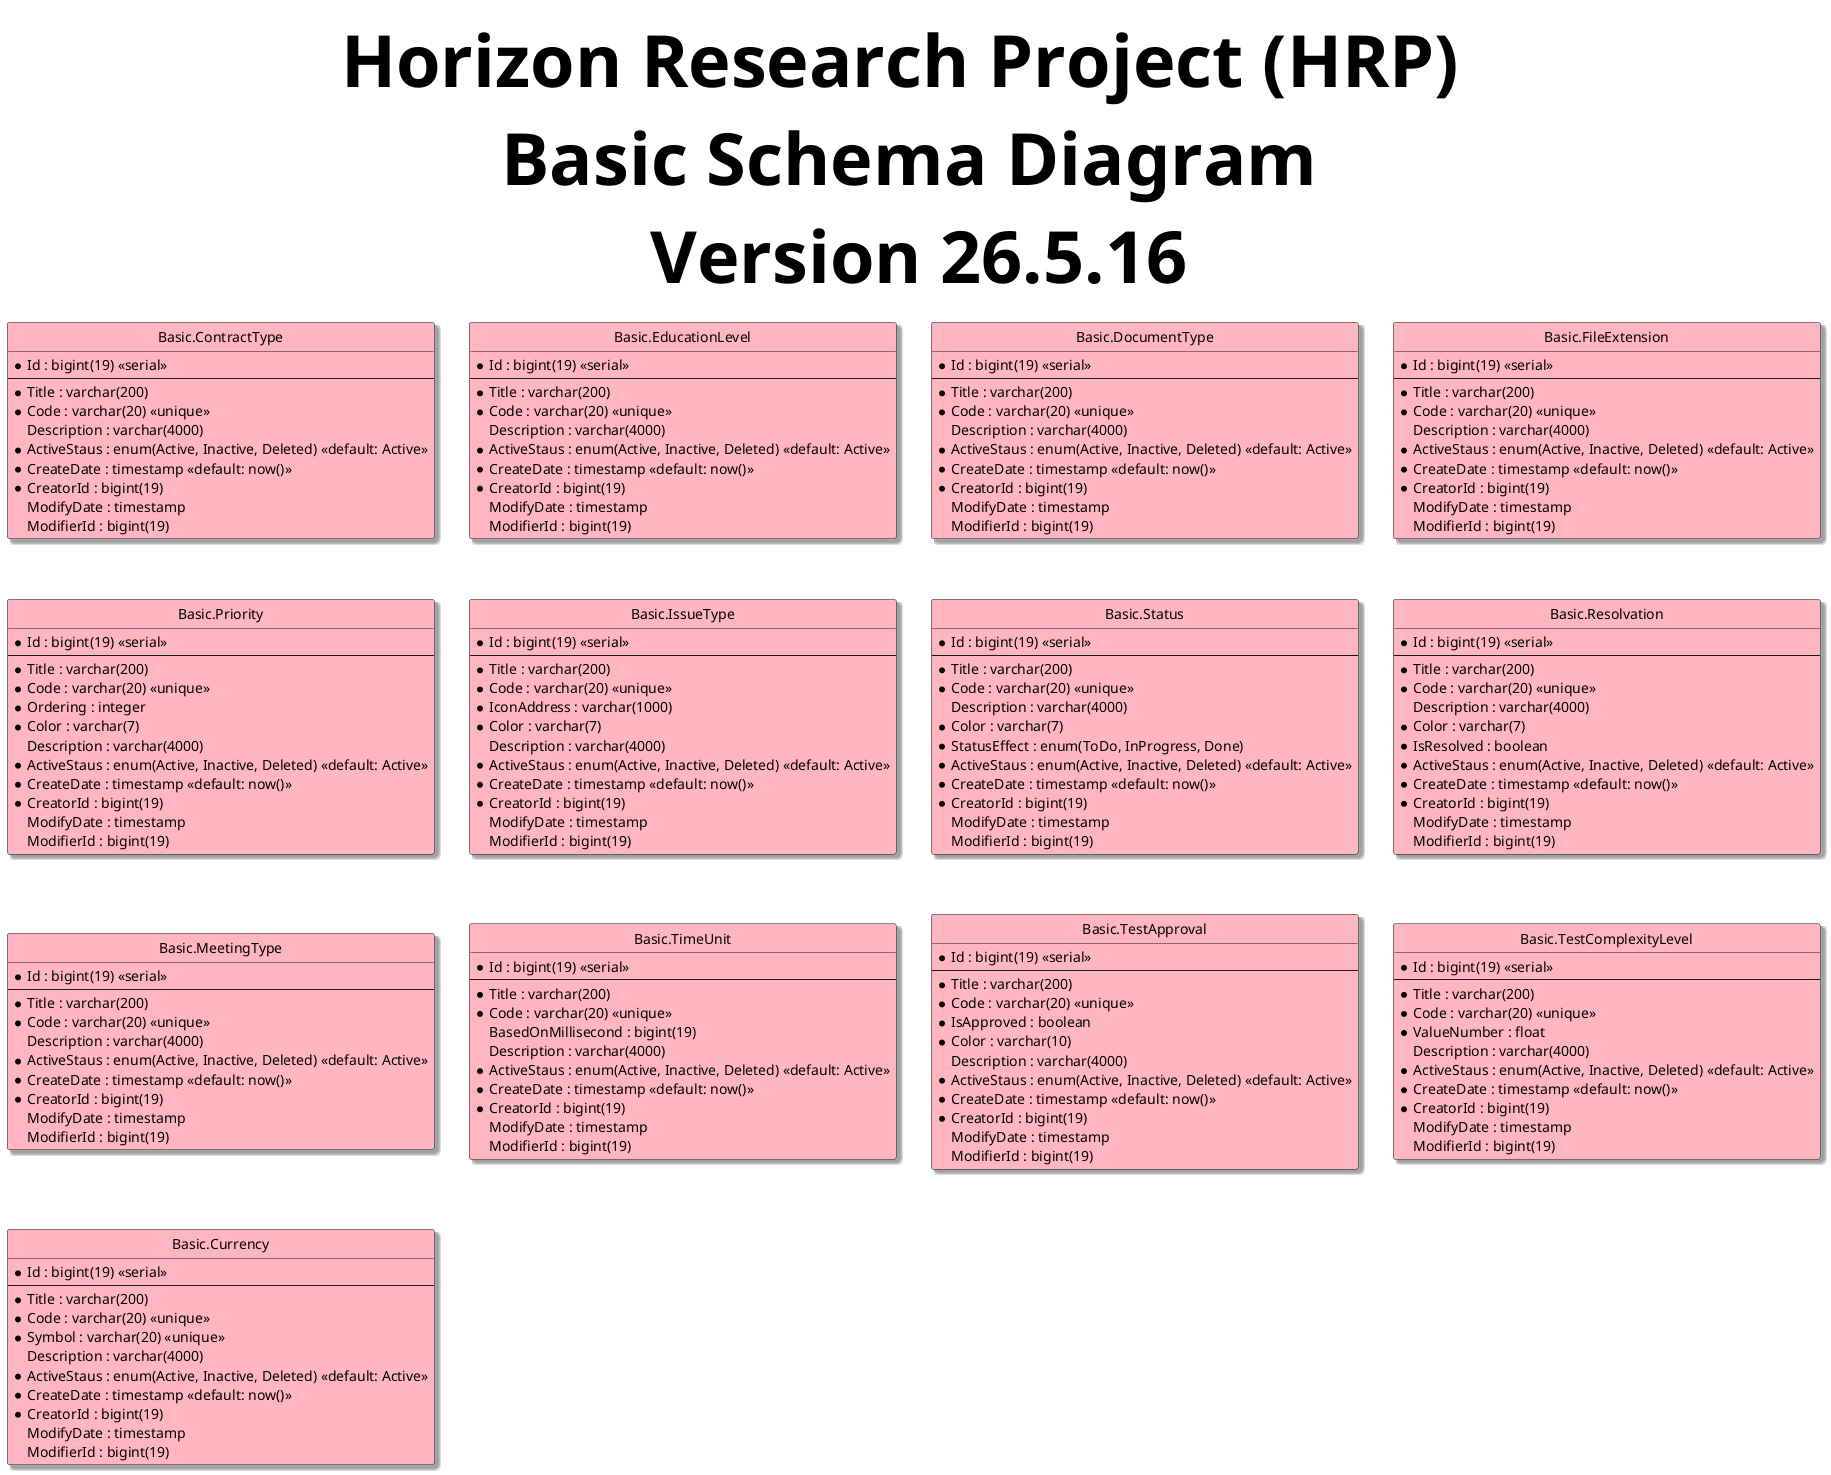
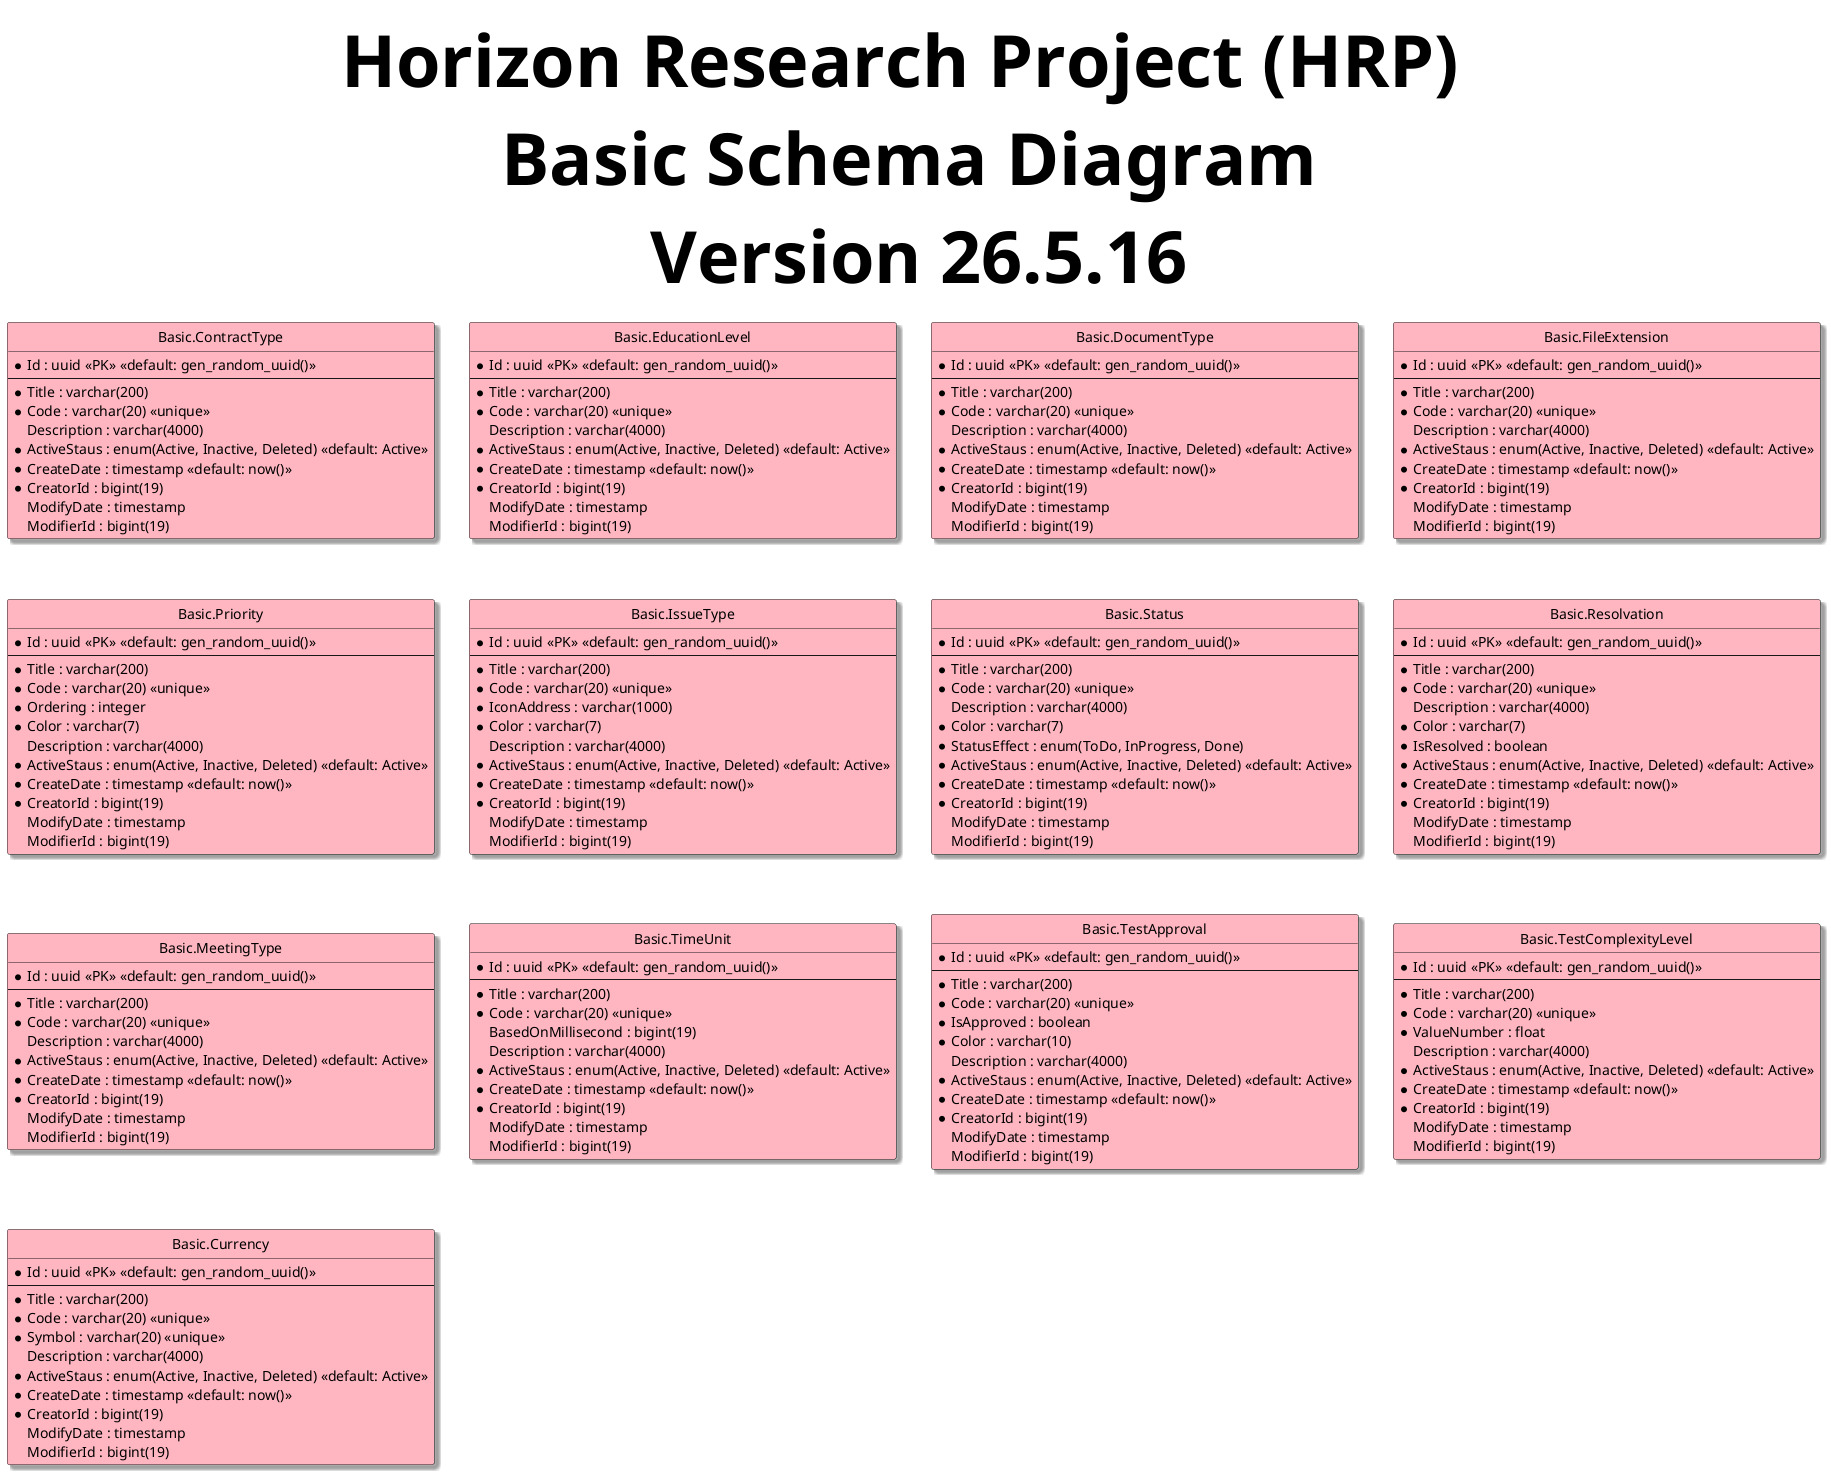
@startuml
hide circle
skinparam classBackgroundColor #Business
skinparam linetype ortho
skinparam Shadowing True
skinparam TitleFontSize 72pt

title Horizon Research Project (HRP) \n Basic Schema Diagram \n Version 26.5.16

entity "Basic.ContractType" as contractType #LightPink{
-   *Id : bigint(19) <<serial>>
+   *Id : uuid <<PK>> <<default: gen_random_uuid()>>
  --
  *Title : varchar(200)
  *Code : varchar(20) <<unique>>
  Description : varchar(4000)
  *ActiveStaus : enum(Active, Inactive, Deleted) <<default: Active>>
  *CreateDate : timestamp <<default: now()>>
  *CreatorId : bigint(19)
  ModifyDate : timestamp
  ModifierId : bigint(19)
}

entity "Basic.EducationLevel" as educationLevel #LightPink{
-   *Id : bigint(19) <<serial>>
+   *Id : uuid <<PK>> <<default: gen_random_uuid()>>
  --
  *Title : varchar(200)
  *Code : varchar(20) <<unique>>
  Description : varchar(4000)
  *ActiveStaus : enum(Active, Inactive, Deleted) <<default: Active>>
  *CreateDate : timestamp <<default: now()>>
  *CreatorId : bigint(19)
  ModifyDate : timestamp
  ModifierId : bigint(19)
}

entity "Basic.DocumentType" as documentType #LightPink{
-   *Id : bigint(19) <<serial>>
+   *Id : uuid <<PK>> <<default: gen_random_uuid()>>
  --
  *Title : varchar(200)
  *Code : varchar(20) <<unique>>
  Description : varchar(4000)
  *ActiveStaus : enum(Active, Inactive, Deleted) <<default: Active>>
  *CreateDate : timestamp <<default: now()>>
  *CreatorId : bigint(19)
  ModifyDate : timestamp
  ModifierId : bigint(19)
}

entity "Basic.FileExtension" as fileExtension #LightPink{
-   *Id : bigint(19) <<serial>>
+   *Id : uuid <<PK>> <<default: gen_random_uuid()>>
  --
  *Title : varchar(200)
  *Code : varchar(20) <<unique>>
  Description : varchar(4000)
  *ActiveStaus : enum(Active, Inactive, Deleted) <<default: Active>>
  *CreateDate : timestamp <<default: now()>>
  *CreatorId : bigint(19)
  ModifyDate : timestamp
  ModifierId : bigint(19)
}

entity "Basic.Priority" as priority #LightPink{
-   *Id : bigint(19) <<serial>>
+   *Id : uuid <<PK>> <<default: gen_random_uuid()>>
  --
  *Title : varchar(200)
  *Code : varchar(20) <<unique>>
  *Ordering : integer
  *Color : varchar(7)
  Description : varchar(4000)
  *ActiveStaus : enum(Active, Inactive, Deleted) <<default: Active>>
  *CreateDate : timestamp <<default: now()>>
  *CreatorId : bigint(19)
  ModifyDate : timestamp
  ModifierId : bigint(19)
}

entity "Basic.IssueType" as issueType #LightPink{
-   *Id : bigint(19) <<serial>>
+   *Id : uuid <<PK>> <<default: gen_random_uuid()>>
  --
  *Title : varchar(200)
  *Code : varchar(20) <<unique>>
  *IconAddress : varchar(1000)
  *Color : varchar(7)
  Description : varchar(4000)
  *ActiveStaus : enum(Active, Inactive, Deleted) <<default: Active>>
  *CreateDate : timestamp <<default: now()>>
  *CreatorId : bigint(19)
  ModifyDate : timestamp
  ModifierId : bigint(19)
}

entity "Basic.Status" as status #LightPink{
-   *Id : bigint(19) <<serial>>
+   *Id : uuid <<PK>> <<default: gen_random_uuid()>>
  --
  *Title : varchar(200)
  *Code : varchar(20) <<unique>>
  Description : varchar(4000)
  *Color : varchar(7)
  *StatusEffect : enum(ToDo, InProgress, Done)
  *ActiveStaus : enum(Active, Inactive, Deleted) <<default: Active>>
  *CreateDate : timestamp <<default: now()>>
  *CreatorId : bigint(19)
  ModifyDate : timestamp
  ModifierId : bigint(19)
}

entity "Basic.Resolvation" as resolvation #LightPink{
-   *Id : bigint(19) <<serial>>
+   *Id : uuid <<PK>> <<default: gen_random_uuid()>>
  --
  *Title : varchar(200)
  *Code : varchar(20) <<unique>>
  Description : varchar(4000)
  *Color : varchar(7)
  *IsResolved : boolean
  *ActiveStaus : enum(Active, Inactive, Deleted) <<default: Active>>
  *CreateDate : timestamp <<default: now()>>
  *CreatorId : bigint(19)
  ModifyDate : timestamp
  ModifierId : bigint(19)
}

entity "Basic.MeetingType" as meetingType #LightPink{
-   *Id : bigint(19) <<serial>>
+   *Id : uuid <<PK>> <<default: gen_random_uuid()>>
  --
  *Title : varchar(200)
  *Code : varchar(20) <<unique>>
  Description : varchar(4000)
  *ActiveStaus : enum(Active, Inactive, Deleted) <<default: Active>>
  *CreateDate : timestamp <<default: now()>>
  *CreatorId : bigint(19)
  ModifyDate : timestamp
  ModifierId : bigint(19)
}

entity "Basic.TimeUnit" as timeUnit #LightPink{
-   *Id : bigint(19) <<serial>>
+   *Id : uuid <<PK>> <<default: gen_random_uuid()>>
  --
  *Title : varchar(200)
  *Code : varchar(20) <<unique>>
  BasedOnMillisecond : bigint(19)
  Description : varchar(4000)
  *ActiveStaus : enum(Active, Inactive, Deleted) <<default: Active>>
  *CreateDate : timestamp <<default: now()>>
  *CreatorId : bigint(19)
  ModifyDate : timestamp
  ModifierId : bigint(19)
}

entity "Basic.TestApproval" as testApproval #LightPink{
-   *Id : bigint(19) <<serial>>
+   *Id : uuid <<PK>> <<default: gen_random_uuid()>>
  --
  *Title : varchar(200)
  *Code : varchar(20) <<unique>>
  *IsApproved : boolean
  *Color : varchar(10)
  Description : varchar(4000)
  *ActiveStaus : enum(Active, Inactive, Deleted) <<default: Active>>
  *CreateDate : timestamp <<default: now()>>
  *CreatorId : bigint(19)
  ModifyDate : timestamp
  ModifierId : bigint(19)
}

entity "Basic.TestComplexityLevel" as testComplexityLevel #LightPink{
-   *Id : bigint(19) <<serial>>
+   *Id : uuid <<PK>> <<default: gen_random_uuid()>>
  --
  *Title : varchar(200)
  *Code : varchar(20) <<unique>>
  *ValueNumber : float
  Description : varchar(4000)
  *ActiveStaus : enum(Active, Inactive, Deleted) <<default: Active>>
  *CreateDate : timestamp <<default: now()>>
  *CreatorId : bigint(19)
  ModifyDate : timestamp
  ModifierId : bigint(19)
}

entity "Basic.Currency" as currency #LightPink{
-   *Id : bigint(19) <<serial>>
+   *Id : uuid <<PK>> <<default: gen_random_uuid()>>
  --
  *Title : varchar(200)
  *Code : varchar(20) <<unique>>
  *Symbol : varchar(20) <<unique>>
  Description : varchar(4000)
  *ActiveStaus : enum(Active, Inactive, Deleted) <<default: Active>>
  *CreateDate : timestamp <<default: now()>>
  *CreatorId : bigint(19)
  ModifyDate : timestamp
  ModifierId : bigint(19)
}